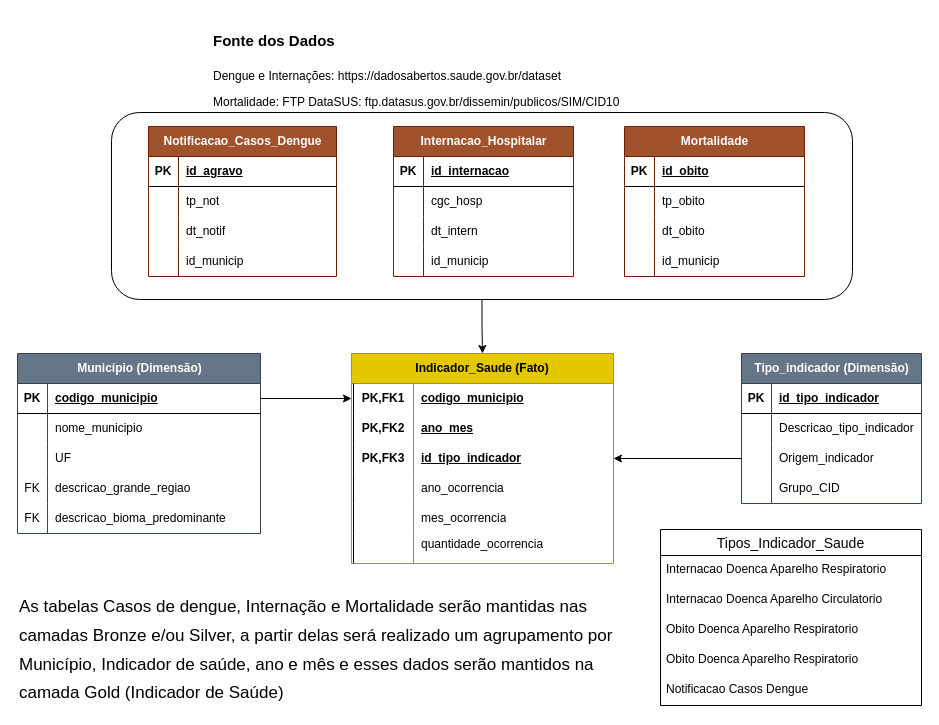
Before: Data_SUS/MER_Saude.drawio in marcoconti/mais_einstein, a draw.io diagram. Source tidied: cells renumbered, new cells numbered last; positions are measured from the earlier drawing's top-left corner, leaving out a move shared by most shapes. Both pictures are drawn from the tidied source at 100%, with x=0, y=0 at pixel (17, 17).
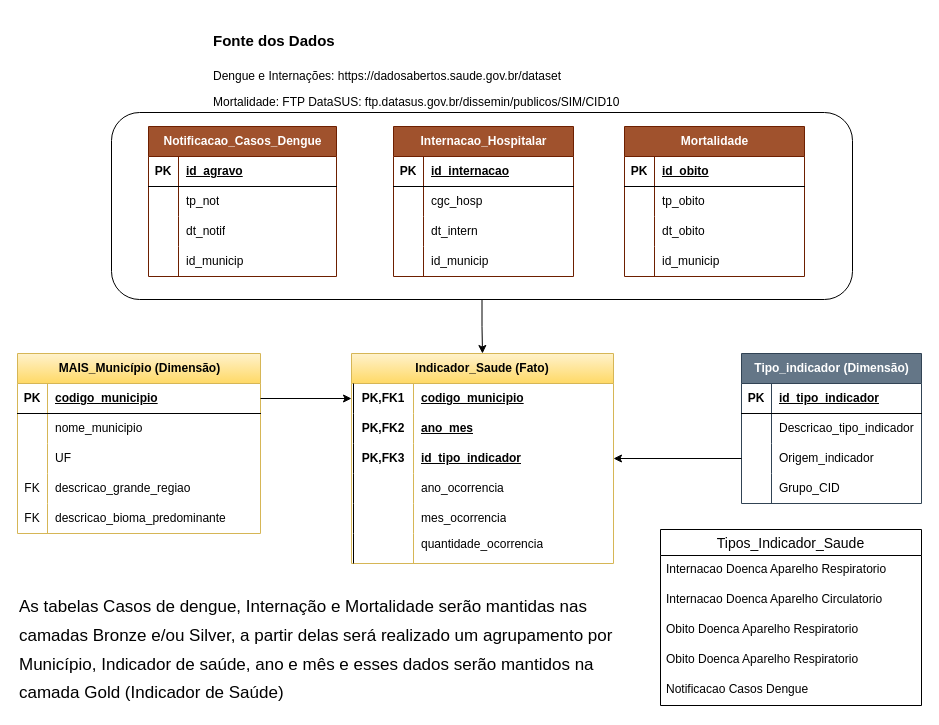
The same page after the edit.

Change to the diagram source:
```diff
@@
-    <mxCell id="2" value="Município (Dimensão)" style="shape=table;startSize=30;childLayout=tableLayout;rowLines=0;fontStyle=1;align=center;html=1;fillColor=#647687;fontColor=#ffffff;strokeColor=#314354;" parent="1" vertex="1">
+    <mxCell id="2" value="MAIS_Município (Dimensão)" style="shape=table;startSize=30;childLayout=tableLayout;rowLines=0;fontStyle=1;align=center;html=1;fillColor=#fff2cc;strokeColor=#d6b656;gradientColor=#ffd966;" parent="1" vertex="1">
       <mxGeometry y="336" width="243" height="180" as="geometry" />
     </mxCell>
@@
-    <mxCell id="38" value="Indicador_Saude (Fato)" style="shape=table;startSize=30;childLayout=tableLayout;rowLines=0;fontStyle=1;align=center;html=1;whiteSpace=wrap;fillColor=#e3c800;fontColor=#000000;strokeColor=#B09500;" parent="1" vertex="1">
+    <mxCell id="38" value="Indicador_Saude (Fato)" style="shape=table;startSize=30;childLayout=tableLayout;rowLines=0;fontStyle=1;align=center;html=1;whiteSpace=wrap;fillColor=#fff2cc;strokeColor=#d6b656;gradientColor=#ffd966;" parent="1" vertex="1">
       <mxGeometry x="334" y="336" width="262" height="210" as="geometry" />
     </mxCell>
```
